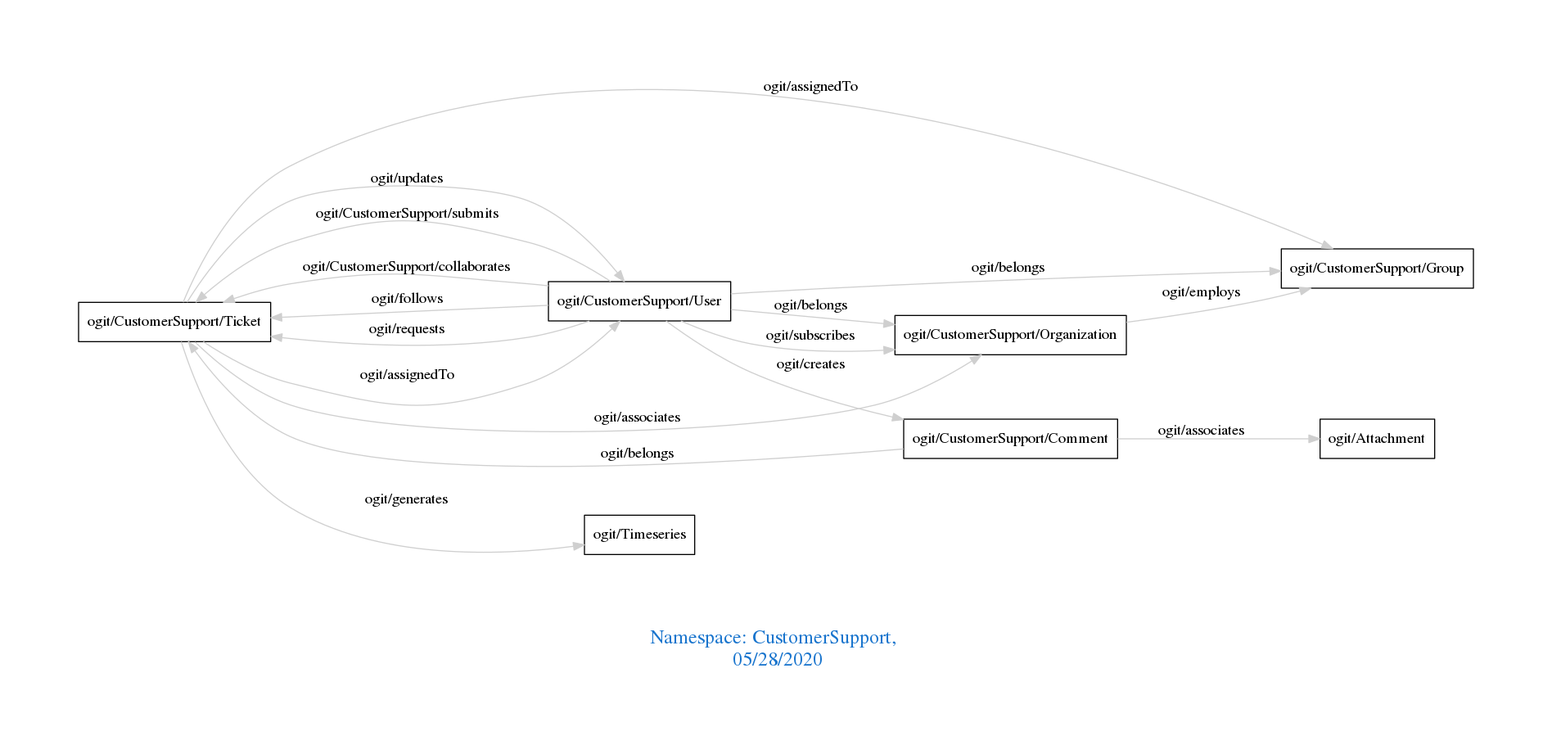
The Graphviz diagram downloads/CustomerSupport.png in arago/OGIT, before a commit. Its source is kept beside it as downloads/CustomerSupport.dot.
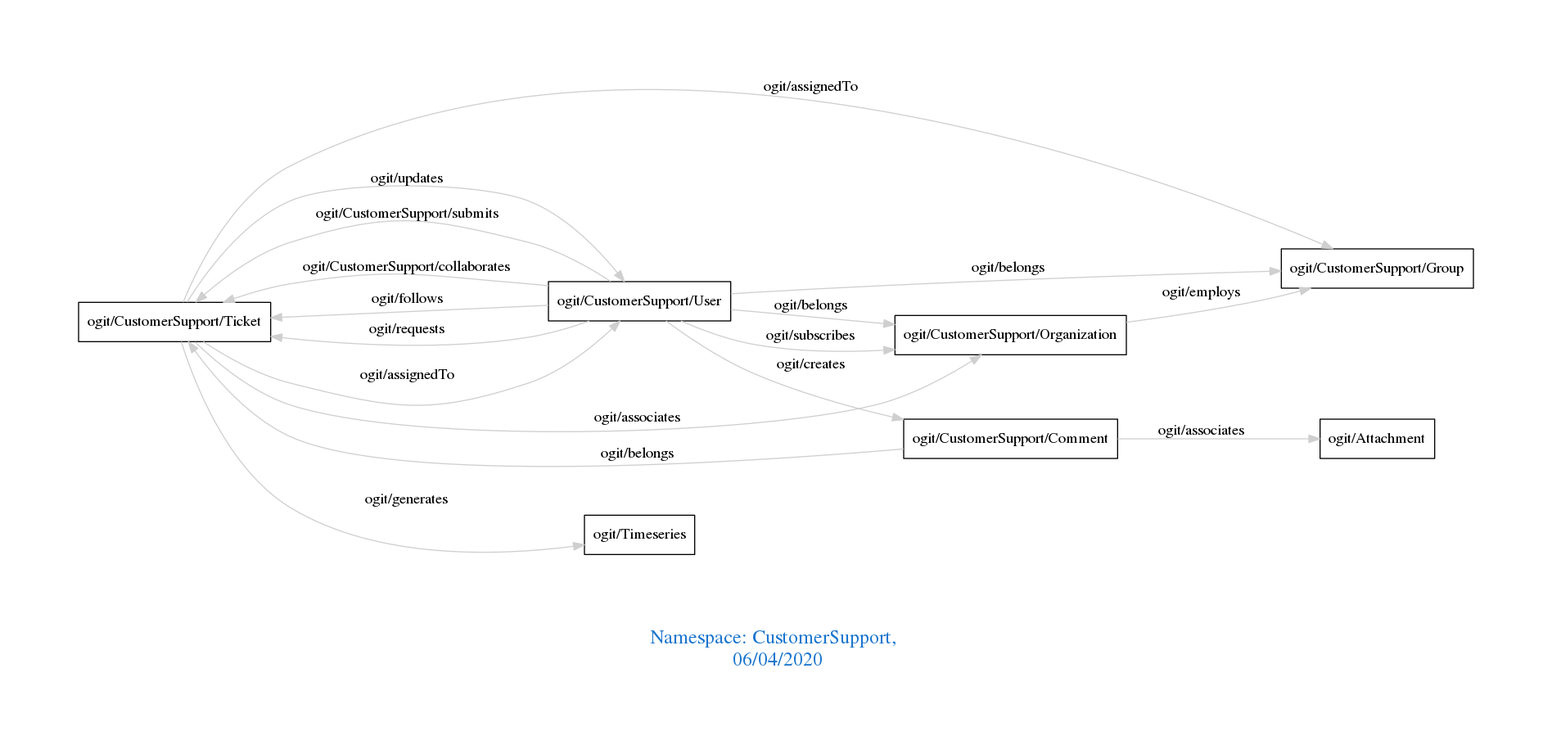
After the commit.

The edit, as a diff of the source:
```diff
@@ -1,7 +1,7 @@
 digraph OGIT_ontology {
  graph [ rankdir= LR,pad=1
 fontsize = 18,
-fontcolor= dodgerblue3,label = "\n\n\nNamespace: CustomerSupport, \n 05/28/2020"];
+fontcolor= dodgerblue3,label = "\n\n\nNamespace: CustomerSupport, \n 06/04/2020"];
 node[shape=polygon];
 edge [  color="gray81"];
 
```
